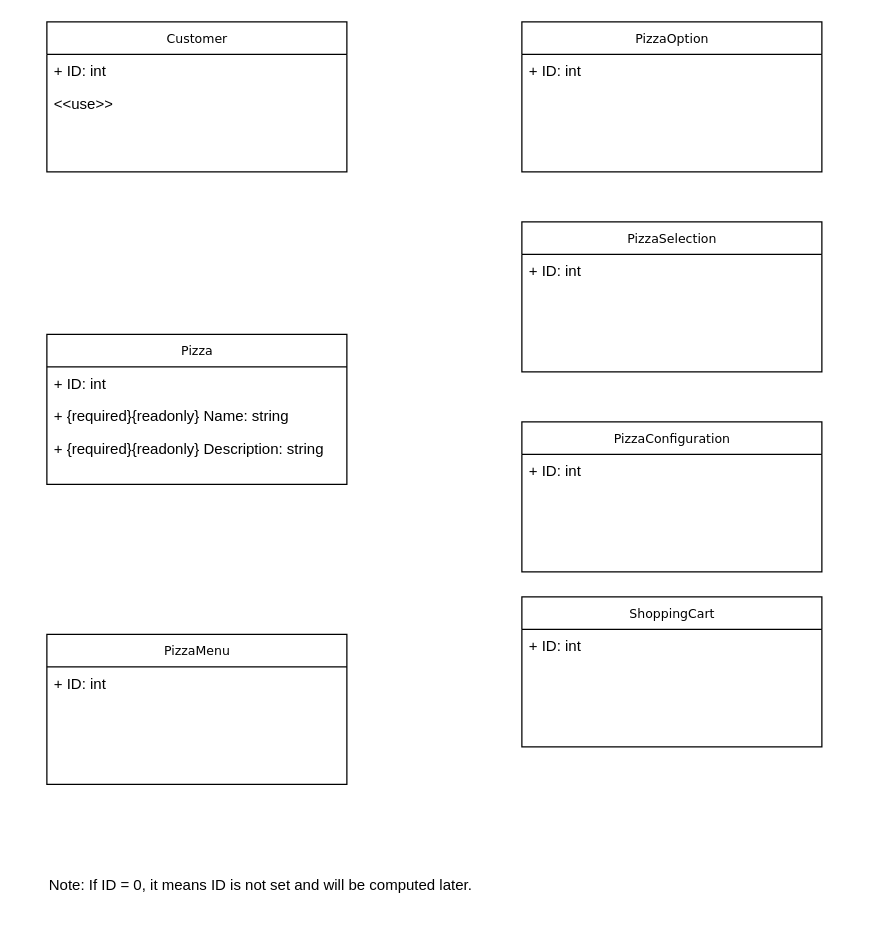
ekral/Utb.PizzaKiosk keeps this draw.io diagram as Diagrams/class_diagram_pizza_kiosk.drawio. Above is the earlier version. Source tidied: cells renumbered, new cells numbered last; positions are measured from the earlier drawing's top-left corner, leaving out a move shared by most shapes. Both pictures are drawn from the tidied source at 125%, with x=0, y=0 at pixel (46, 21).
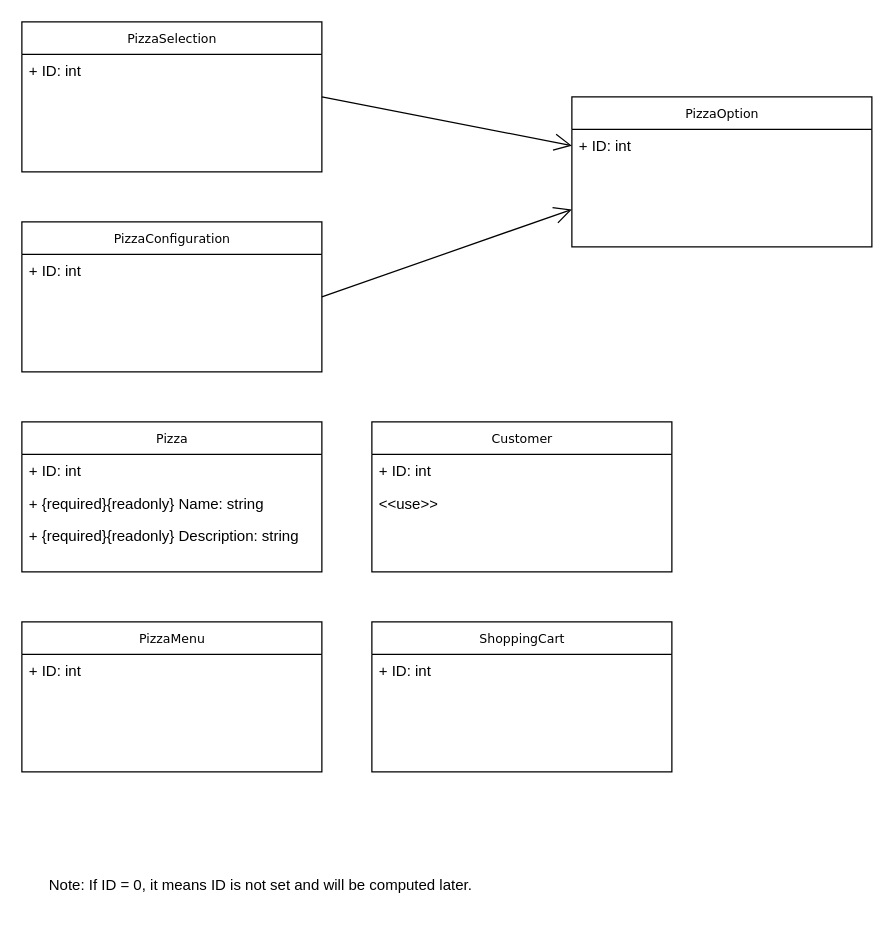
The same diagram, later.

The change refers to these unchanged cells:
```xml
<mxCell id="11" value="+ ID: int" style="text;html=1;strokeColor=none;fillColor=none;align=left;verticalAlign=top;spacingLeft=4;spacingRight=4;whiteSpace=wrap;overflow=hidden;points=[[0,0.5],[1,0.5]];portConstraint=eastwest;" parent="10" vertex="1">
  <mxGeometry y="26" width="240" height="26" as="geometry" />
</mxCell>
```

Diff of the diagram source:
```diff
@@
     <mxCell id="2" value="Pizza" style="swimlane;html=1;fontStyle=0;horizontal=1;startSize=26;fillColor=none;swimlaneFillColor=#ffffff;rounded=0;shadow=0;comic=0;labelBackgroundColor=none;strokeWidth=1;fontFamily=Verdana;fontSize=10;align=center;" parent="1" vertex="1">
-      <mxGeometry y="250" width="240" height="120" as="geometry" />
+      <mxGeometry x="-20" y="320" width="240" height="120" as="geometry" />
     </mxCell>
@@
     <mxCell id="6" value="Customer" style="swimlane;html=1;fontStyle=0;horizontal=1;startSize=26;fillColor=none;swimlaneFillColor=#ffffff;rounded=0;shadow=0;comic=0;labelBackgroundColor=none;strokeWidth=1;fontFamily=Verdana;fontSize=10;align=center;" parent="1" vertex="1">
-      <mxGeometry width="240" height="120" as="geometry" />
+      <mxGeometry x="260" y="320" width="240" height="120" as="geometry" />
     </mxCell>
@@
     <mxCell id="10" value="PizzaOption" style="swimlane;html=1;fontStyle=0;horizontal=1;startSize=26;fillColor=none;swimlaneFillColor=#ffffff;rounded=0;shadow=0;comic=0;labelBackgroundColor=none;strokeWidth=1;fontFamily=Verdana;fontSize=10;align=center;" parent="1" vertex="1">
-      <mxGeometry x="380" width="240" height="120" as="geometry" />
+      <mxGeometry x="420" y="60" width="240" height="120" as="geometry" />
     </mxCell>
@@
     <mxCell id="12" value="PizzaSelection" style="swimlane;html=1;fontStyle=0;horizontal=1;startSize=26;fillColor=none;swimlaneFillColor=#ffffff;rounded=0;shadow=0;comic=0;labelBackgroundColor=none;strokeWidth=1;fontFamily=Verdana;fontSize=10;align=center;" parent="1" vertex="1">
-      <mxGeometry x="380" y="160" width="240" height="120" as="geometry" />
+      <mxGeometry x="-20" width="240" height="120" as="geometry" />
     </mxCell>
@@
     <mxCell id="14" value="PizzaConfiguration" style="swimlane;html=1;fontStyle=0;horizontal=1;startSize=26;fillColor=none;swimlaneFillColor=#ffffff;rounded=0;shadow=0;comic=0;labelBackgroundColor=none;strokeWidth=1;fontFamily=Verdana;fontSize=10;align=center;" parent="1" vertex="1">
-      <mxGeometry x="380" y="320" width="240" height="120" as="geometry" />
+      <mxGeometry x="-20" y="160" width="240" height="120" as="geometry" />
     </mxCell>
@@
     <mxCell id="16" value="PizzaMenu" style="swimlane;html=1;fontStyle=0;horizontal=1;startSize=26;fillColor=none;swimlaneFillColor=#ffffff;rounded=0;shadow=0;comic=0;labelBackgroundColor=none;strokeWidth=1;fontFamily=Verdana;fontSize=10;align=center;" parent="1" vertex="1">
-      <mxGeometry y="490" width="240" height="120" as="geometry" />
+      <mxGeometry x="-20" y="480" width="240" height="120" as="geometry" />
     </mxCell>
@@
     <mxCell id="18" value="ShoppingCart" style="swimlane;html=1;fontStyle=0;horizontal=1;startSize=26;fillColor=none;swimlaneFillColor=#ffffff;rounded=0;shadow=0;comic=0;labelBackgroundColor=none;strokeWidth=1;fontFamily=Verdana;fontSize=10;align=center;" parent="1" vertex="1">
-      <mxGeometry x="380" y="460" width="240" height="120" as="geometry" />
+      <mxGeometry x="260" y="480" width="240" height="120" as="geometry" />
     </mxCell>
@@
+    <mxCell id="20" style="endArrow=open;endFill=1;endSize=12;html=1;rounded=0;entryX=0;entryY=0.5;entryDx=0;entryDy=0;exitX=1;exitY=0.5;exitDx=0;exitDy=0;" parent="1" edge="1" source="12" target="11">
+      <mxGeometry relative="1" as="geometry" />
+    </mxCell>
+    <mxCell id="21" style="endArrow=open;endFill=1;endSize=12;html=1;rounded=0;entryX=0;entryY=0.75;entryDx=0;entryDy=0;exitX=1;exitY=0.5;exitDx=0;exitDy=0;" parent="1" edge="1" source="14" target="10">
+      <mxGeometry relative="1" as="geometry" />
+    </mxCell>
```
